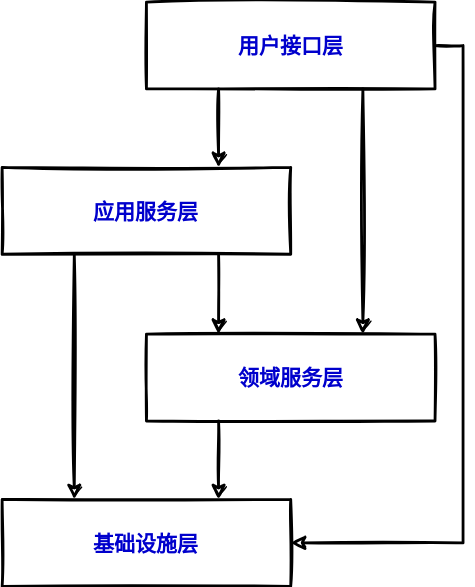
Before: Untitled Diagram.drawio.svg, a diagram exported from draw.io (hollson/pm). Source tidied: cells renumbered, new cells last; positions are measured from the earlier drawing's top-left corner, leaving out a move shared by most shapes.
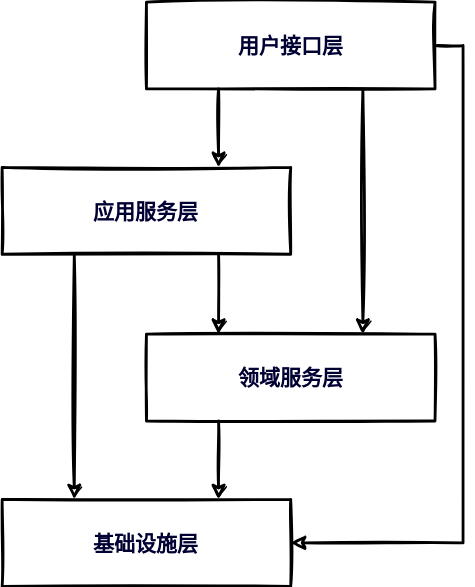
After the change.

Diff of the diagram source:
```diff
@@ -2,40 +2,40 @@
   <root>
     <mxCell id="0" />
     <mxCell id="1" parent="0" />
-    <mxCell id="2" style="group;sketch=1;fontColor=#0000CC;" parent="1" vertex="1">
+    <mxCell id="2" style="group;sketch=1;fontColor=#000033;" parent="1" vertex="1">
       <mxGeometry width="309" height="417" as="geometry" />
     </mxCell>
-    <mxCell id="3" value="基础设施层" style="rounded=0;whiteSpace=wrap;html=1;shadow=0;fontColor=#0000CC;labelBackgroundColor=#FFFFFF;labelBorderColor=none;fontStyle=1;fontSize=15;strokeWidth=2;sketch=1;" parent="2" vertex="1">
+    <mxCell id="3" value="基础设施层" style="rounded=0;whiteSpace=wrap;html=1;shadow=0;fontColor=#000033;labelBackgroundColor=#FFFFFF;labelBorderColor=none;fontStyle=1;fontSize=15;strokeWidth=2;sketch=1;" parent="2" vertex="1">
       <mxGeometry y="355" width="206" height="62" as="geometry" />
     </mxCell>
-    <mxCell id="4" style="group;" parent="2" vertex="1">
+    <mxCell id="4" style="group;fontColor=#000033;" parent="2" vertex="1">
       <mxGeometry width="309" height="299" as="geometry" />
     </mxCell>
-    <mxCell id="5" value="用户接口层" style="rounded=0;whiteSpace=wrap;html=1;shadow=0;fontColor=#0000CC;labelBackgroundColor=#FFFFFF;labelBorderColor=none;fontStyle=1;fontSize=15;strokeWidth=2;sketch=1;" parent="4" vertex="1">
+    <mxCell id="5" value="用户接口层" style="rounded=0;whiteSpace=wrap;html=1;shadow=0;fontColor=#000033;labelBackgroundColor=#FFFFFF;labelBorderColor=none;fontStyle=1;fontSize=15;strokeWidth=2;sketch=1;" parent="4" vertex="1">
       <mxGeometry x="103" width="206" height="62" as="geometry" />
     </mxCell>
-    <mxCell id="6" value="应用服务层" style="rounded=0;whiteSpace=wrap;html=1;shadow=0;fontColor=#0000CC;labelBackgroundColor=#FFFFFF;labelBorderColor=none;fontStyle=1;fontSize=15;strokeWidth=2;sketch=1;" parent="4" vertex="1">
+    <mxCell id="6" value="应用服务层" style="rounded=0;whiteSpace=wrap;html=1;shadow=0;fontColor=#000033;labelBackgroundColor=#FFFFFF;labelBorderColor=none;fontStyle=1;fontSize=15;strokeWidth=2;sketch=1;" parent="4" vertex="1">
       <mxGeometry y="118" width="206" height="62" as="geometry" />
     </mxCell>
-    <mxCell id="7" style="edgeStyle=orthogonalEdgeStyle;rounded=0;jettySize=auto;html=1;exitX=0.25;exitY=1;exitDx=0;exitDy=0;entryX=0.75;entryY=0;entryDx=0;entryDy=0;fontColor=#0000CC;labelBackgroundColor=#FFFFFF;labelBorderColor=none;fontStyle=1;fontSize=15;strokeWidth=2;shadow=0;sketch=1;" parent="4" edge="1" source="5" target="6">
+    <mxCell id="7" style="edgeStyle=orthogonalEdgeStyle;rounded=0;jettySize=auto;html=1;exitX=0.25;exitY=1;exitDx=0;exitDy=0;entryX=0.75;entryY=0;entryDx=0;entryDy=0;fontColor=#000033;labelBackgroundColor=#FFFFFF;labelBorderColor=none;fontStyle=1;fontSize=15;strokeWidth=2;shadow=0;sketch=1;" parent="4" edge="1" source="5" target="6">
       <mxGeometry relative="1" as="geometry" />
     </mxCell>
-    <mxCell id="8" value="领域服务层" style="rounded=0;whiteSpace=wrap;html=1;shadow=0;fontColor=#0000CC;labelBackgroundColor=#FFFFFF;labelBorderColor=none;fontStyle=1;fontSize=15;strokeWidth=2;sketch=1;" parent="4" vertex="1">
+    <mxCell id="8" value="领域服务层" style="rounded=0;whiteSpace=wrap;html=1;shadow=0;fontColor=#000033;labelBackgroundColor=#FFFFFF;labelBorderColor=none;fontStyle=1;fontSize=15;strokeWidth=2;sketch=1;" parent="4" vertex="1">
       <mxGeometry x="103" y="237" width="206" height="62" as="geometry" />
     </mxCell>
-    <mxCell id="9" style="edgeStyle=orthogonalEdgeStyle;rounded=0;jettySize=auto;html=1;exitX=0.75;exitY=1;exitDx=0;exitDy=0;entryX=0.75;entryY=0;entryDx=0;entryDy=0;fontColor=#0000CC;labelBackgroundColor=#FFFFFF;labelBorderColor=none;fontStyle=1;fontSize=15;strokeWidth=2;shadow=0;sketch=1;" parent="4" edge="1" source="5" target="8">
+    <mxCell id="9" style="edgeStyle=orthogonalEdgeStyle;rounded=0;jettySize=auto;html=1;exitX=0.75;exitY=1;exitDx=0;exitDy=0;entryX=0.75;entryY=0;entryDx=0;entryDy=0;fontColor=#000033;labelBackgroundColor=#FFFFFF;labelBorderColor=none;fontStyle=1;fontSize=15;strokeWidth=2;shadow=0;sketch=1;" parent="4" edge="1" source="5" target="8">
       <mxGeometry relative="1" as="geometry" />
     </mxCell>
-    <mxCell id="10" style="edgeStyle=orthogonalEdgeStyle;rounded=0;jettySize=auto;html=1;exitX=0.75;exitY=1;exitDx=0;exitDy=0;entryX=0.25;entryY=0;entryDx=0;entryDy=0;fontColor=#0000CC;labelBackgroundColor=#FFFFFF;labelBorderColor=none;fontStyle=1;fontSize=15;strokeWidth=2;shadow=0;sketch=1;" parent="4" edge="1" source="6" target="8">
+    <mxCell id="10" style="edgeStyle=orthogonalEdgeStyle;rounded=0;jettySize=auto;html=1;exitX=0.75;exitY=1;exitDx=0;exitDy=0;entryX=0.25;entryY=0;entryDx=0;entryDy=0;fontColor=#000033;labelBackgroundColor=#FFFFFF;labelBorderColor=none;fontStyle=1;fontSize=15;strokeWidth=2;shadow=0;sketch=1;" parent="4" edge="1" source="6" target="8">
       <mxGeometry relative="1" as="geometry" />
     </mxCell>
-    <mxCell id="11" style="edgeStyle=orthogonalEdgeStyle;rounded=0;jettySize=auto;html=1;entryX=1;entryY=0.5;entryDx=0;entryDy=0;exitX=1;exitY=0.5;exitDx=0;exitDy=0;fontColor=#0000CC;labelBackgroundColor=#FFFFFF;labelBorderColor=none;fontStyle=1;fontSize=15;strokeWidth=2;shadow=0;sketch=1;" parent="4" edge="1" source="5" target="3">
+    <mxCell id="11" style="edgeStyle=orthogonalEdgeStyle;rounded=0;jettySize=auto;html=1;entryX=1;entryY=0.5;entryDx=0;entryDy=0;exitX=1;exitY=0.5;exitDx=0;exitDy=0;fontColor=#000033;labelBackgroundColor=#FFFFFF;labelBorderColor=none;fontStyle=1;fontSize=15;strokeWidth=2;shadow=0;sketch=1;" parent="4" edge="1" source="5" target="3">
       <mxGeometry relative="1" as="geometry" />
     </mxCell>
-    <mxCell id="12" style="edgeStyle=orthogonalEdgeStyle;rounded=0;jettySize=auto;html=1;exitX=0.25;exitY=1;exitDx=0;exitDy=0;entryX=0.25;entryY=0;entryDx=0;entryDy=0;fontColor=#0000CC;labelBackgroundColor=#FFFFFF;labelBorderColor=none;fontStyle=1;fontSize=15;strokeWidth=2;shadow=0;sketch=1;" parent="4" edge="1" source="6" target="3">
+    <mxCell id="12" style="edgeStyle=orthogonalEdgeStyle;rounded=0;jettySize=auto;html=1;exitX=0.25;exitY=1;exitDx=0;exitDy=0;entryX=0.25;entryY=0;entryDx=0;entryDy=0;fontColor=#000033;labelBackgroundColor=#FFFFFF;labelBorderColor=none;fontStyle=1;fontSize=15;strokeWidth=2;shadow=0;sketch=1;" parent="4" edge="1" source="6" target="3">
       <mxGeometry relative="1" as="geometry" />
     </mxCell>
-    <mxCell id="13" style="edgeStyle=orthogonalEdgeStyle;rounded=0;jettySize=auto;html=1;exitX=0.25;exitY=1;exitDx=0;exitDy=0;entryX=0.75;entryY=0;entryDx=0;entryDy=0;fontColor=#0000CC;labelBackgroundColor=#FFFFFF;labelBorderColor=none;fontStyle=1;fontSize=15;strokeWidth=2;shadow=0;sketch=1;" parent="4" edge="1" source="8" target="3">
+    <mxCell id="13" style="edgeStyle=orthogonalEdgeStyle;rounded=0;jettySize=auto;html=1;exitX=0.25;exitY=1;exitDx=0;exitDy=0;entryX=0.75;entryY=0;entryDx=0;entryDy=0;fontColor=#000033;labelBackgroundColor=#FFFFFF;labelBorderColor=none;fontStyle=1;fontSize=15;strokeWidth=2;shadow=0;sketch=1;" parent="4" edge="1" source="8" target="3">
       <mxGeometry relative="1" as="geometry" />
     </mxCell>
   </root>
```
